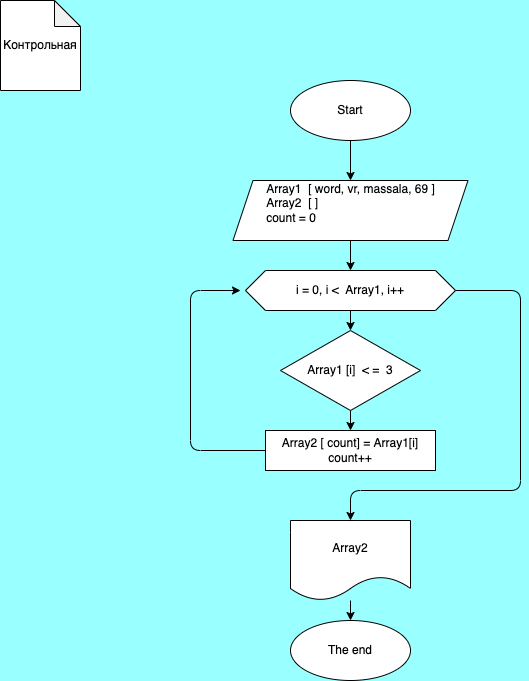
YuriyVladimirovich1/Control-work keeps this draw.io diagram as ex001.drawio.png. Above is the earlier version. Source tidied: cells renumbered, new cells last; positions are measured from the earlier drawing's top-left corner, leaving out a move shared by most shapes. The source it was exported from:
```xml
<mxGraphModel background="#99FFFF">
  <root>
    <mxCell id="0" />
    <mxCell id="1" parent="0" />
    <mxCell id="2" style="shape=note;whiteSpace=wrap;html=1;backgroundOutline=1;darkOpacity=0.05;labelBackgroundColor=#FFFFFF;fontColor=#000000;fillColor=#FFFFFF;size=26;strokeColor=#000000;" parent="1" vertex="1">
      <mxGeometry width="80" height="90" as="geometry" />
    </mxCell>
    <mxCell id="3" value="Контрольная" style="text;html=1;strokeColor=none;fillColor=none;align=center;verticalAlign=middle;whiteSpace=wrap;rounded=0;labelBackgroundColor=#FFFFFF;fontColor=#000000;" parent="1" vertex="1">
      <mxGeometry x="10" y="30" width="60" height="30" as="geometry" />
    </mxCell>
    <mxCell id="4" value="Start" style="ellipse;whiteSpace=wrap;html=1;labelBackgroundColor=#FFFFFF;fontColor=#000000;fillColor=#FFFFFF;strokeColor=#000000;" parent="1" vertex="1">
      <mxGeometry x="290" y="80" width="120" height="60" as="geometry" />
    </mxCell>
    <mxCell id="5" style="edgeStyle=none;html=1;strokeColor=#000000;" parent="1" edge="1" source="6" target="17">
      <mxGeometry relative="1" as="geometry" />
    </mxCell>
    <mxCell id="6" value="i = 0, i &amp;lt;&amp;nbsp; Array1, i++" style="shape=hexagon;perimeter=hexagonPerimeter2;whiteSpace=wrap;html=1;fixedSize=1;labelBackgroundColor=#FFFFFF;fontColor=#000000;fillColor=#FFFFFF;strokeColor=#000000;" parent="1" vertex="1">
      <mxGeometry x="245" y="270" width="210" height="40" as="geometry" />
    </mxCell>
    <mxCell id="7" style="edgeStyle=none;html=1;fontColor=#000000;strokeColor=#000000;" parent="1" edge="1" source="8" target="14">
      <mxGeometry relative="1" as="geometry" />
    </mxCell>
    <mxCell id="8" value="Array2" style="shape=document;whiteSpace=wrap;html=1;boundedLbl=1;labelBackgroundColor=#FFFFFF;fontColor=#000000;fillColor=#FFFFFF;strokeColor=#000000;" parent="1" vertex="1">
      <mxGeometry x="290" y="520" width="120" height="80" as="geometry" />
    </mxCell>
    <mxCell id="9" style="edgeStyle=none;html=1;fontColor=#000000;strokeColor=#000000;" parent="1" edge="1" source="10" target="6">
      <mxGeometry relative="1" as="geometry" />
    </mxCell>
    <mxCell id="10" value="Array1&amp;nbsp; [ word, vr, massala, 69 ]&lt;br&gt;&lt;div style=&quot;text-align: left&quot;&gt;Array2&amp;nbsp; [ ]&lt;/div&gt;&lt;div style=&quot;text-align: left&quot;&gt;count = 0&lt;/div&gt;&lt;div style=&quot;text-align: left&quot;&gt;&amp;nbsp;&lt;/div&gt;" style="shape=parallelogram;perimeter=parallelogramPerimeter;whiteSpace=wrap;html=1;fixedSize=1;labelBackgroundColor=#FFFFFF;fontColor=#000000;fillColor=#FFFFFF;strokeColor=#000000;" parent="1" vertex="1">
      <mxGeometry x="232.5" y="180" width="235" height="60" as="geometry" />
    </mxCell>
    <mxCell id="11" style="edgeStyle=none;html=1;fontColor=#000000;strokeColor=#000000;" parent="1" edge="1" source="12">
      <mxGeometry relative="1" as="geometry">
        <mxPoint x="240" y="290" as="targetPoint" />
        <Array as="points">
          <mxPoint x="190" y="450" />
          <mxPoint x="190" y="290" />
        </Array>
      </mxGeometry>
    </mxCell>
    <mxCell id="12" value="Array2 [ count] = Array1[i]&lt;br&gt;count++" style="rounded=0;whiteSpace=wrap;html=1;labelBackgroundColor=#FFFFFF;fontColor=#000000;fillColor=#FFFFFF;strokeColor=#000000;" parent="1" vertex="1">
      <mxGeometry x="265" y="430" width="170" height="40" as="geometry" />
    </mxCell>
    <mxCell id="13" style="edgeStyle=none;html=1;fontColor=#000000;strokeColor=#000000;" parent="1" edge="1" target="10">
      <mxGeometry relative="1" as="geometry">
        <mxPoint x="350" y="140" as="sourcePoint" />
      </mxGeometry>
    </mxCell>
    <mxCell id="14" value="The end" style="ellipse;whiteSpace=wrap;html=1;fillColor=#FFFFFF;fontColor=#000000;labelBackgroundColor=#FFFFFF;strokeColor=#000000;" parent="1" vertex="1">
      <mxGeometry x="290" y="620" width="120" height="60" as="geometry" />
    </mxCell>
    <mxCell id="15" style="endArrow=classic;html=1;fontColor=#000000;exitX=1;exitY=0.5;exitDx=0;exitDy=0;entryX=0.5;entryY=0;entryDx=0;entryDy=0;strokeColor=#000000;" parent="1" edge="1" source="6" target="8">
      <mxGeometry relative="1" as="geometry">
        <Array as="points">
          <mxPoint x="520" y="290" />
          <mxPoint x="520" y="490" />
          <mxPoint x="350" y="490" />
        </Array>
      </mxGeometry>
    </mxCell>
    <mxCell id="16" style="edgeStyle=none;html=1;strokeColor=#000000;" parent="1" edge="1" source="17" target="12">
      <mxGeometry relative="1" as="geometry" />
    </mxCell>
    <mxCell id="17" value="&lt;span style=&quot;color: rgb(0 , 0 , 0) ; background-color: rgb(255 , 255 , 255)&quot;&gt;Array1 [i]&amp;nbsp; &amp;lt; =&amp;nbsp; 3&lt;/span&gt;" style="rhombus;whiteSpace=wrap;html=1;fillColor=#FFFFFF;strokeColor=#000000;" parent="1" vertex="1">
      <mxGeometry x="280" y="330" width="140" height="80" as="geometry" />
    </mxCell>
  </root>
</mxGraphModel>
```
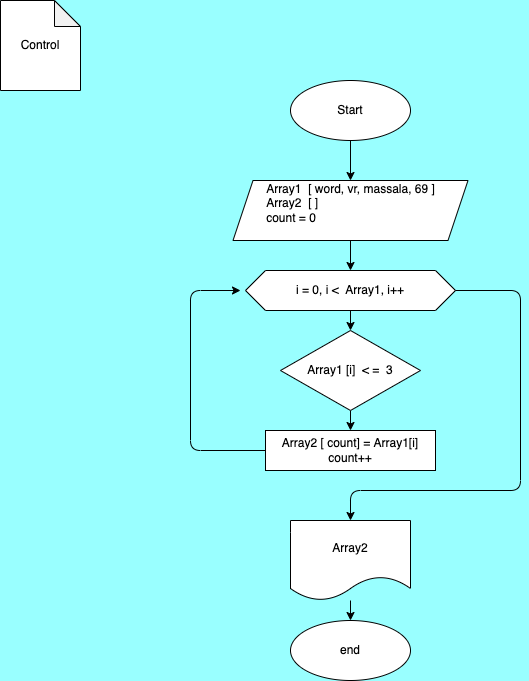
Later version of the same file.

Commit message:
Changed the name of the control work

What changed in the source:
```diff
@@ -5,7 +5,7 @@
     <mxCell id="2" style="shape=note;whiteSpace=wrap;html=1;backgroundOutline=1;darkOpacity=0.05;labelBackgroundColor=#FFFFFF;fontColor=#000000;fillColor=#FFFFFF;size=26;strokeColor=#000000;" parent="1" vertex="1">
       <mxGeometry width="80" height="90" as="geometry" />
     </mxCell>
-    <mxCell id="3" value="Контрольная" style="text;html=1;strokeColor=none;fillColor=none;align=center;verticalAlign=middle;whiteSpace=wrap;rounded=0;labelBackgroundColor=#FFFFFF;fontColor=#000000;" parent="1" vertex="1">
+    <mxCell id="3" value="Control" style="text;html=1;strokeColor=none;fillColor=none;align=center;verticalAlign=middle;whiteSpace=wrap;rounded=0;labelBackgroundColor=#FFFFFF;fontColor=#000000;" parent="1" vertex="1">
       <mxGeometry x="10" y="30" width="60" height="30" as="geometry" />
     </mxCell>
     <mxCell id="4" value="Start" style="ellipse;whiteSpace=wrap;html=1;labelBackgroundColor=#FFFFFF;fontColor=#000000;fillColor=#FFFFFF;strokeColor=#000000;" parent="1" vertex="1">
@@ -46,7 +46,7 @@
         <mxPoint x="350" y="140" as="sourcePoint" />
       </mxGeometry>
     </mxCell>
-    <mxCell id="14" value="The end" style="ellipse;whiteSpace=wrap;html=1;fillColor=#FFFFFF;fontColor=#000000;labelBackgroundColor=#FFFFFF;strokeColor=#000000;" parent="1" vertex="1">
+    <mxCell id="14" value="end" style="ellipse;whiteSpace=wrap;html=1;fillColor=#FFFFFF;fontColor=#000000;labelBackgroundColor=#FFFFFF;strokeColor=#000000;" parent="1" vertex="1">
       <mxGeometry x="290" y="620" width="120" height="60" as="geometry" />
     </mxCell>
     <mxCell id="15" style="endArrow=classic;html=1;fontColor=#000000;exitX=1;exitY=0.5;exitDx=0;exitDy=0;entryX=0.5;entryY=0;entryDx=0;entryDy=0;strokeColor=#000000;" parent="1" edge="1" source="6" target="8">
```
